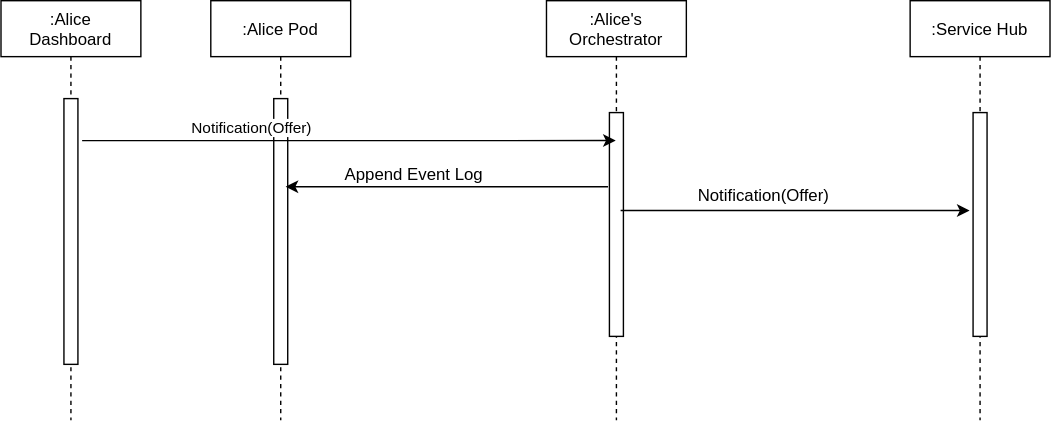
Earlier version of the draw.io export images/spec-usecases_scholarly_3.svg (CRISalid-esr/spec-usecases). Source tidied: cells renumbered, new cells last; positions are measured from the earlier drawing's top-left corner, leaving out a move shared by most shapes.
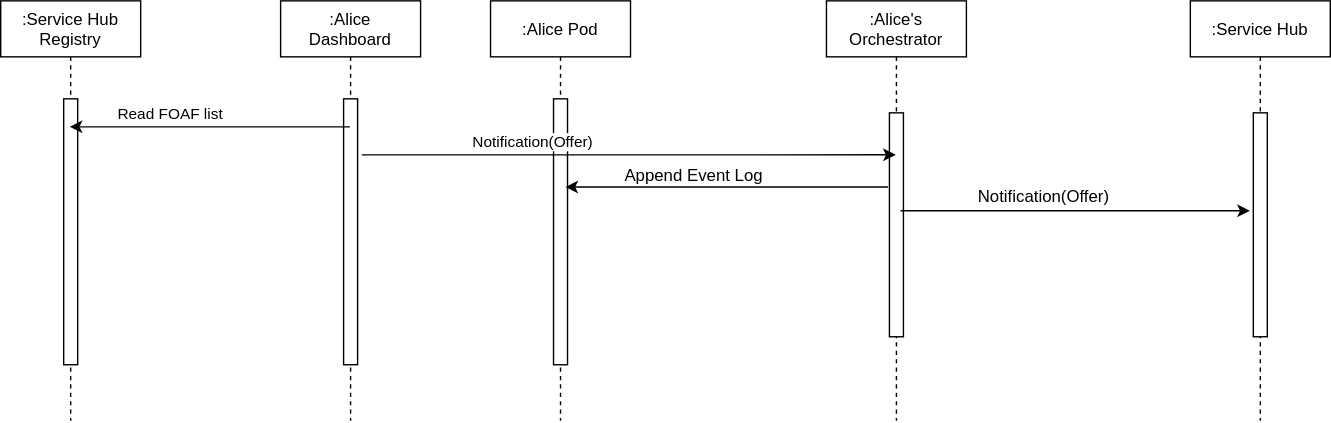
Above is the later version.

The edit, as a diff of the source:
```diff
@@ -22,8 +22,8 @@
     </mxCell>
     <mxCell id="8" style="endArrow=classic;html=1;rounded=0;exitX=1.3;exitY=0.316;exitDx=0;exitDy=0;exitPerimeter=0;" parent="1" edge="1">
       <mxGeometry relative="1" as="geometry">
-        <mxPoint x="58" y="100" as="sourcePoint" />
-        <mxPoint x="439.5" y="100" as="targetPoint" />
+        <mxPoint x="58" y="110" as="sourcePoint" />
+        <mxPoint x="439.5" y="110" as="targetPoint" />
       </mxGeometry>
     </mxCell>
     <mxCell id="9" value="Notification(Offer)" style="edgeLabel;html=1;align=center;verticalAlign=middle;" parent="8" vertex="1">
@@ -55,5 +55,22 @@
     <mxCell id="15" value="Append Event Log" style="text;html=1;align=center;verticalAlign=middle;strokeColor=none;fillColor=none;" parent="1" vertex="1">
       <mxGeometry x="240" y="115" width="110" height="20" as="geometry" />
     </mxCell>
+    <mxCell id="16" value=":Service Hub&#10;Registry" style="shape=umlLifeline;perimeter=lifelinePerimeter;rounded=0;shadow=0;strokeWidth=1;" parent="1" vertex="1">
+      <mxGeometry x="-200" width="100" height="300" as="geometry" />
+    </mxCell>
+    <mxCell id="17" style="perimeter=orthogonalPerimeter;rounded=0;shadow=0;strokeWidth=1;" parent="16" vertex="1">
+      <mxGeometry x="45" y="70" width="10" height="190" as="geometry" />
+    </mxCell>
+    <mxCell id="18" style="endArrow=classic;html=1;rounded=0;" parent="1" edge="1">
+      <mxGeometry relative="1" as="geometry">
+        <mxPoint x="49.5" y="90" as="sourcePoint" />
+        <mxPoint x="-150.7" y="90" as="targetPoint" />
+      </mxGeometry>
+    </mxCell>
+    <mxCell id="19" value="Read FOAF list" style="edgeLabel;html=1;align=center;verticalAlign=middle;" parent="18" vertex="1">
+      <mxGeometry x="0.43" y="-4" relative="1" as="geometry">
+        <mxPoint x="14" y="-6" as="offset" />
+      </mxGeometry>
+    </mxCell>
   </root>
 </mxGraphModel>
```
